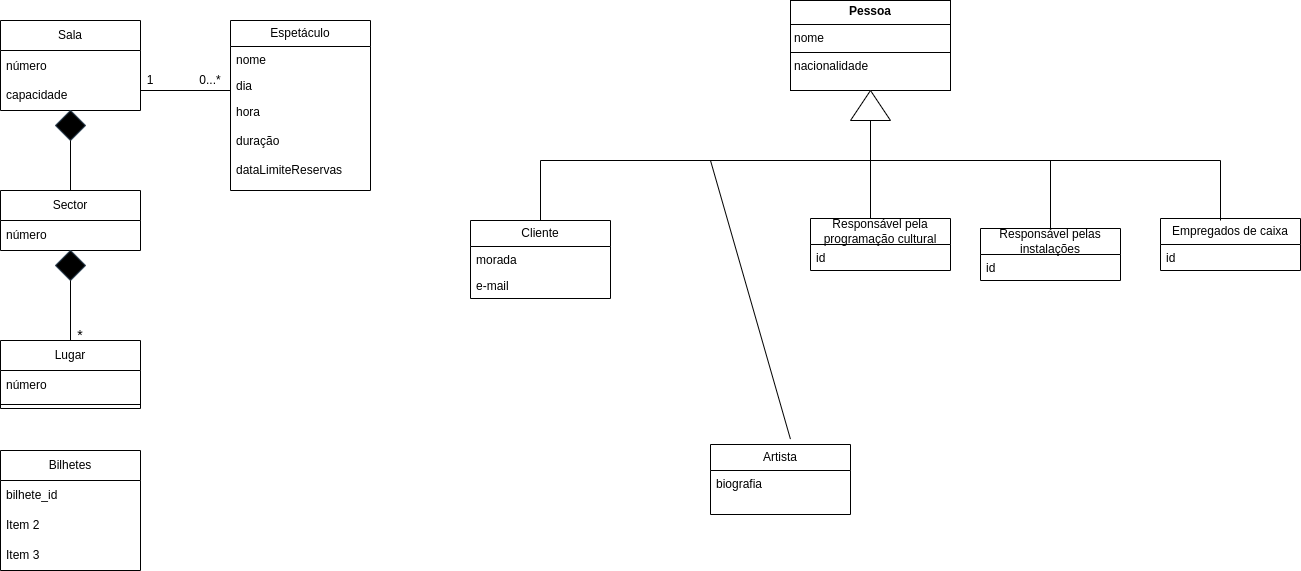
leorsd/ESOF_UML keeps this draw.io diagram as UML1.drawio.png. Above is the earlier version. Source tidied: cells renumbered, new cells last; positions are measured from the earlier drawing's top-left corner, leaving out a move shared by most shapes.
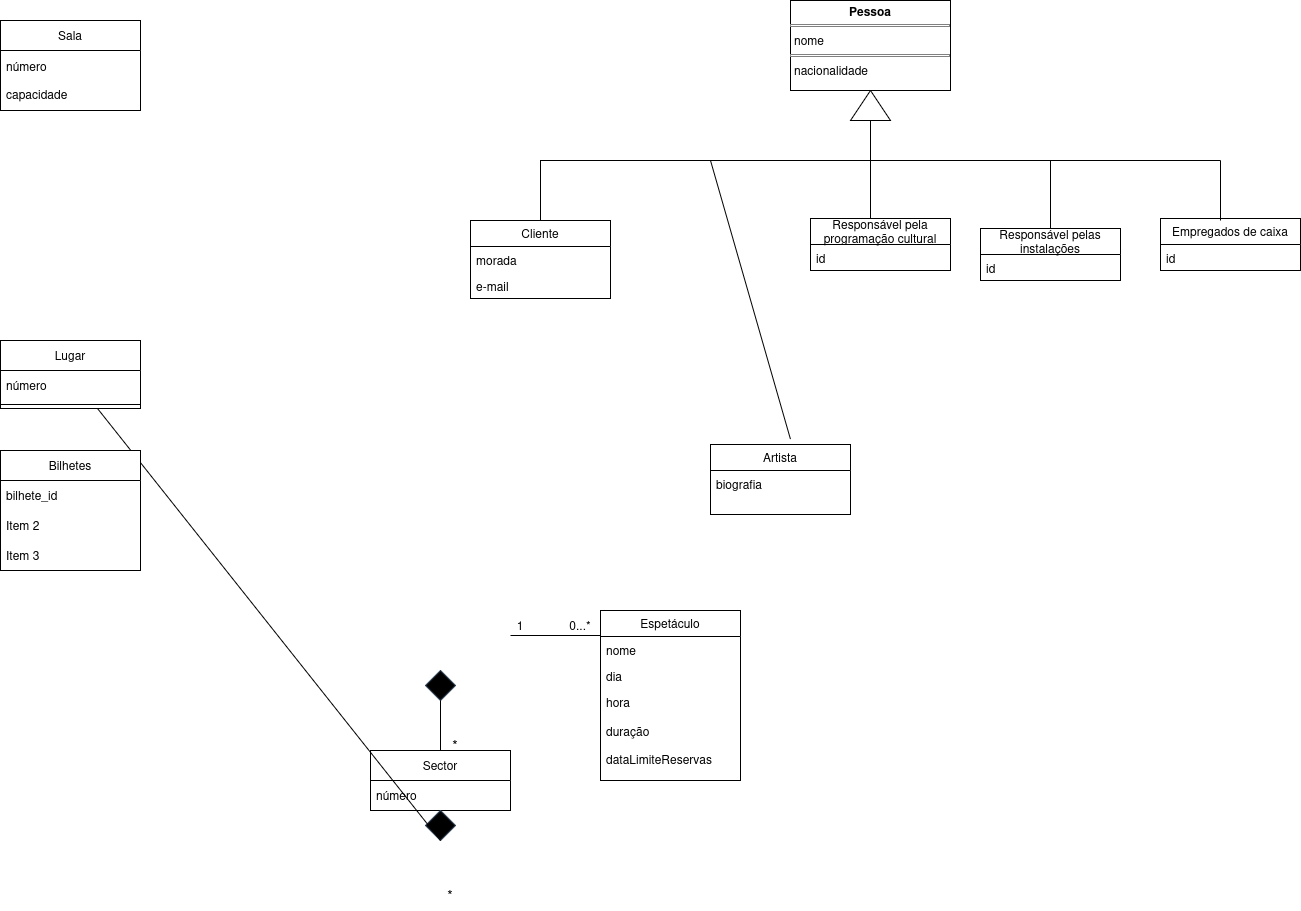
Above is the later version.

The edit, as a diff of the source:
```diff
@@ -15,21 +15,21 @@
       <mxGeometry y="30" width="140" height="60" as="geometry" />
     </mxCell>
     <mxCell id="6" value="Sector" style="swimlane;fontStyle=0;horizontal=1;startSize=30;whiteSpace=wrap;html=1;" parent="1" vertex="1">
-      <mxGeometry y="190" width="140" height="60" as="geometry" />
+      <mxGeometry x="370" y="750" width="140" height="60" as="geometry" />
     </mxCell>
     <mxCell id="7" value="número" style="text;strokeColor=none;fillColor=none;align=left;verticalAlign=middle;spacingLeft=4;spacingRight=4;overflow=hidden;whiteSpace=wrap;html=1;" parent="6" vertex="1">
       <mxGeometry y="30" width="140" height="30" as="geometry" />
     </mxCell>
     <mxCell id="8" style="rhombus;whiteSpace=wrap;html=1;strokeColor=#314354;fillColor=#000000;fontColor=#ffffff;" parent="1" vertex="1">
-      <mxGeometry x="55" y="110" width="30" height="30" as="geometry" />
+      <mxGeometry x="425" y="670" width="30" height="30" as="geometry" />
     </mxCell>
     <mxCell id="9" style="endArrow=none;html=1;rounded=0;entryX=0.5;entryY=1;entryDx=0;entryDy=0;" parent="1" edge="1" target="8">
       <mxGeometry relative="1" as="geometry">
-        <mxPoint x="70" y="190" as="sourcePoint" />
+        <mxPoint x="440" y="750" as="sourcePoint" />
       </mxGeometry>
     </mxCell>
     <mxCell id="10" value="1" style="text;html=1;align=center;verticalAlign=middle;whiteSpace=wrap;rounded=0;" parent="1" vertex="1">
-      <mxGeometry x="120" y="65" width="60" height="30" as="geometry" />
+      <mxGeometry x="490" y="610" width="60" height="30" as="geometry" />
     </mxCell>
     <mxCell id="11" value="Lugar" style="swimlane;fontStyle=0;horizontal=1;startSize=30;whiteSpace=wrap;html=1;" parent="1" vertex="1">
       <mxGeometry y="340" width="140" height="68" as="geometry" />
@@ -41,18 +41,18 @@
       <mxGeometry y="60" width="140" height="8" as="geometry" />
     </mxCell>
     <mxCell id="14" style="rhombus;whiteSpace=wrap;html=1;strokeColor=#314354;fillColor=#000000;fontColor=#ffffff;" parent="1" vertex="1">
-      <mxGeometry x="55" y="250" width="30" height="30" as="geometry" />
+      <mxGeometry x="425" y="810" width="30" height="30" as="geometry" />
     </mxCell>
     <mxCell id="15" style="endArrow=none;html=1;rounded=0;" parent="1" edge="1" source="11">
       <mxGeometry relative="1" as="geometry">
-        <mxPoint x="70" y="280" as="targetPoint" />
+        <mxPoint x="440" y="840" as="targetPoint" />
       </mxGeometry>
     </mxCell>
     <mxCell id="16" value="&lt;font style=&quot;font-size: 14px;&quot;&gt;*&lt;/font&gt;" style="text;html=1;align=center;verticalAlign=middle;whiteSpace=wrap;rounded=0;" parent="1" vertex="1">
-      <mxGeometry x="50" y="320" width="60" height="30" as="geometry" />
+      <mxGeometry x="420" y="880" width="60" height="30" as="geometry" />
     </mxCell>
     <mxCell id="17" value="Espetáculo" style="swimlane;fontStyle=0;horizontal=1;startSize=26;fillColor=none;whiteSpace=wrap;html=1;" parent="1" vertex="1">
-      <mxGeometry x="230" y="20" width="140" height="170" as="geometry" />
+      <mxGeometry x="600" y="610" width="140" height="170" as="geometry" />
     </mxCell>
     <mxCell id="18" value="nome" style="text;strokeColor=none;fillColor=none;align=left;verticalAlign=top;spacingLeft=4;spacingRight=4;overflow=hidden;whiteSpace=wrap;html=1;" parent="17" vertex="1">
       <mxGeometry y="26" width="140" height="26" as="geometry" />
@@ -77,8 +77,8 @@
     </mxCell>
     <mxCell id="25" style="endArrow=none;html=1;rounded=0;entryX=0.5;entryY=1;entryDx=0;entryDy=0;" parent="1" edge="1">
       <mxGeometry relative="1" as="geometry">
-        <mxPoint x="230" y="90" as="sourcePoint" />
-        <mxPoint x="140" y="90" as="targetPoint" />
+        <mxPoint x="600" y="635" as="sourcePoint" />
+        <mxPoint x="510" y="635" as="targetPoint" />
       </mxGeometry>
     </mxCell>
     <mxCell id="26" value="Empregados de caixa" style="swimlane;fontStyle=0;horizontal=1;startSize=26;fillColor=none;whiteSpace=wrap;html=1;" parent="1" vertex="1">
@@ -115,7 +115,7 @@
       <mxGeometry x="850" y="90" width="40" height="30" as="geometry" />
     </mxCell>
     <mxCell id="37" value="0...*" style="text;html=1;align=center;verticalAlign=middle;whiteSpace=wrap;rounded=0;" parent="1" vertex="1">
-      <mxGeometry x="180" y="65" width="60" height="30" as="geometry" />
+      <mxGeometry x="550" y="610" width="60" height="30" as="geometry" />
     </mxCell>
     <mxCell id="38" style="endArrow=none;html=1;rounded=0;entryX=0;entryY=0.5;entryDx=0;entryDy=0;exitX=0.5;exitY=0;exitDx=0;exitDy=0;" parent="1" edge="1" source="21" target="36">
       <mxGeometry relative="1" as="geometry">
@@ -153,5 +153,8 @@
         <mxPoint x="870" y="158" as="targetPoint" />
       </mxGeometry>
     </mxCell>
+    <mxCell id="44" value="&lt;font style=&quot;font-size: 14px;&quot;&gt;*&lt;/font&gt;" style="text;html=1;align=center;verticalAlign=middle;whiteSpace=wrap;rounded=0;" parent="1" vertex="1">
+      <mxGeometry x="425" y="730" width="60" height="30" as="geometry" />
+    </mxCell>
   </root>
 </mxGraphModel>
```
